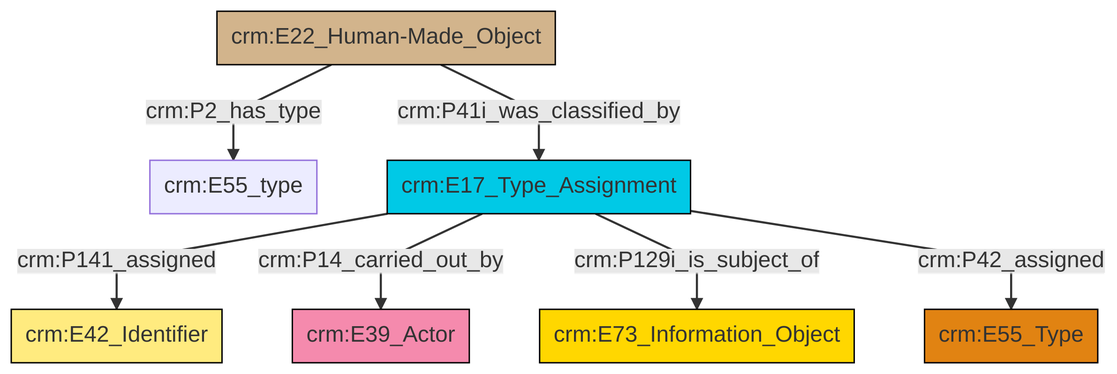
Earlier version of the Mermaid export et/builtWorkCSV/ttl/mmd/png/Built_Work_designation_status.png (swiss-art-research-net/reference-data-models). Its source is kept beside it as et/builtWorkCSV/ttl/mmd/Built_Work_designation_status.ttl.mmd. The source it was exported from:
```mermaid
graph TD
classDef Literal fill:#f2f2f2,stroke:#000000;
classDef CRM_Entity fill:#FFFFFF,stroke:#000000;
classDef Temporal_Entity fill:#00C9E6, stroke:#000000;
classDef Type fill:#E18312, stroke:#000000;
classDef Time-Span fill:#2C9C91, stroke:#000000;
classDef Appellation fill:#FFEB7F, stroke:#000000;
classDef Place fill:#008836, stroke:#000000;
classDef Persistent_Item fill:#B266B2, stroke:#000000;
classDef Conceptual_Object fill:#FFD700, stroke:#000000;
classDef Physical_Thing fill:#D2B48C, stroke:#000000;
classDef Actor fill:#f58aad, stroke:#000000;
classDef PC_Classes fill:#4ce600, stroke:#000000;
classDef Multi fill:#cccccc,stroke:#000000;

8["crm:E17_Type_Assignment"]:::Temporal_Entity -->|crm:P141_assigned| 0["crm:E42_Identifier"]:::Appellation
9["crm:E22_Human-Made_Object"]:::Physical_Thing -->|crm:P41i_was_classified_by| 8["crm:E17_Type_Assignment"]:::Temporal_Entity
9["crm:E22_Human-Made_Object"]:::Physical_Thing -->|crm:P2_has_type| 6["crm:E55_type"]:::Default
8["crm:E17_Type_Assignment"]:::Temporal_Entity -->|crm:P14_carried_out_by| 4["crm:E39_Actor"]:::Actor
8["crm:E17_Type_Assignment"]:::Temporal_Entity -->|crm:P129i_is_subject_of| 2["crm:E73_Information_Object"]:::Conceptual_Object
8["crm:E17_Type_Assignment"]:::Temporal_Entity -->|crm:P42_assigned| 11["crm:E55_Type"]:::Type
```
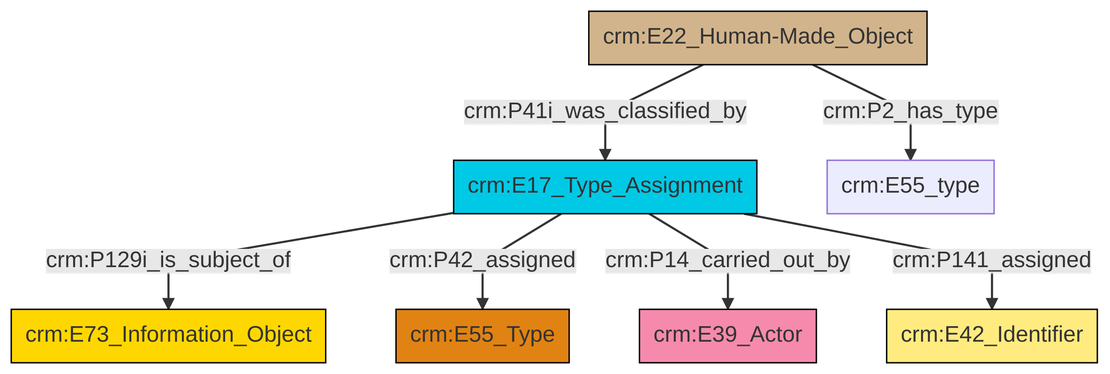
After the commit.

Diff of the diagram source:
```diff
@@ -13,9 +13,9 @@
 classDef PC_Classes fill:#4ce600, stroke:#000000;
 classDef Multi fill:#cccccc,stroke:#000000;
 
-8["crm:E17_Type_Assignment"]:::Temporal_Entity -->|crm:P141_assigned| 0["crm:E42_Identifier"]:::Appellation
-9["crm:E22_Human-Made_Object"]:::Physical_Thing -->|crm:P41i_was_classified_by| 8["crm:E17_Type_Assignment"]:::Temporal_Entity
-9["crm:E22_Human-Made_Object"]:::Physical_Thing -->|crm:P2_has_type| 6["crm:E55_type"]:::Default
-8["crm:E17_Type_Assignment"]:::Temporal_Entity -->|crm:P14_carried_out_by| 4["crm:E39_Actor"]:::Actor
-8["crm:E17_Type_Assignment"]:::Temporal_Entity -->|crm:P129i_is_subject_of| 2["crm:E73_Information_Object"]:::Conceptual_Object
-8["crm:E17_Type_Assignment"]:::Temporal_Entity -->|crm:P42_assigned| 11["crm:E55_Type"]:::Type
+4["crm:E22_Human-Made_Object"]:::Physical_Thing -->|crm:P2_has_type| 5["crm:E55_type"]:::Default
+2["crm:E17_Type_Assignment"]:::Temporal_Entity -->|crm:P129i_is_subject_of| 10["crm:E73_Information_Object"]:::Conceptual_Object
+2["crm:E17_Type_Assignment"]:::Temporal_Entity -->|crm:P42_assigned| 7["crm:E55_Type"]:::Type
+2["crm:E17_Type_Assignment"]:::Temporal_Entity -->|crm:P14_carried_out_by| 0["crm:E39_Actor"]:::Actor
+4["crm:E22_Human-Made_Object"]:::Physical_Thing -->|crm:P41i_was_classified_by| 2["crm:E17_Type_Assignment"]:::Temporal_Entity
+2["crm:E17_Type_Assignment"]:::Temporal_Entity -->|crm:P141_assigned| 12["crm:E42_Identifier"]:::Appellation
```
